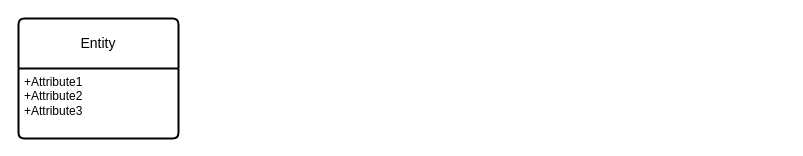
The draw.io diagram Library.drawio in GeorginaFox/at1, before the edit. Source tidied: cells renumbered, new cells numbered last; positions are measured from the earlier drawing's top-left corner, leaving out a move shared by most shapes. Both pictures are drawn from the tidied source at 100%, with x=0, y=0 at pixel (18, 18).
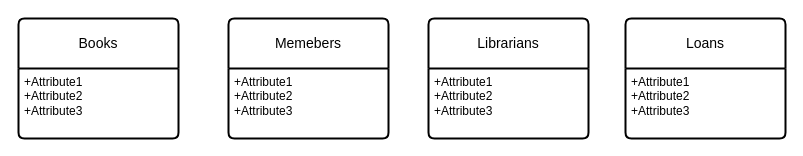
The same diagram, later.

Change to the diagram source:
```diff
@@
 <mxGraphModel>
   <root>
     <mxCell id="0" />
     <mxCell id="1" parent="0" />
-    <mxCell id="2" value="Entity" style="swimlane;horizontal=1;startSize=50;rounded=1;fontSize=14;fontStyle=0;strokeWidth=2;shadow=0;dashed=0;align=center;arcSize=4;whiteSpace=wrap;html=1;" parent="1" vertex="1">
+    <mxCell id="2" value="Books" style="swimlane;horizontal=1;startSize=50;rounded=1;fontSize=14;fontStyle=0;strokeWidth=2;shadow=0;dashed=0;align=center;arcSize=4;whiteSpace=wrap;html=1;" parent="1" vertex="1">
       <mxGeometry width="160" height="120" as="geometry" />
     </mxCell>
     <mxCell id="3" value="+Attribute1&#10;+Attribute2&#10;+Attribute3" style="align=left;strokeColor=none;fillColor=none;spacingLeft=4;fontSize=12;verticalAlign=top;html=1;" parent="2" vertex="1">
       <mxGeometry y="50" width="160" height="70" as="geometry" />
     </mxCell>
+    <mxCell id="4" value="Loans" style="swimlane;horizontal=1;startSize=50;rounded=1;fontSize=14;fontStyle=0;strokeWidth=2;shadow=0;dashed=0;align=center;arcSize=4;whiteSpace=wrap;html=1;" parent="1" vertex="1">
+      <mxGeometry x="607" width="160" height="120" as="geometry" />
+    </mxCell>
+    <mxCell id="5" value="+Attribute1&#10;+Attribute2&#10;+Attribute3" style="align=left;strokeColor=none;fillColor=none;spacingLeft=4;fontSize=12;verticalAlign=top;html=1;" parent="4" vertex="1">
+      <mxGeometry y="50" width="160" height="70" as="geometry" />
+    </mxCell>
+    <mxCell id="6" value="Librarians" style="swimlane;horizontal=1;startSize=50;rounded=1;fontSize=14;fontStyle=0;strokeWidth=2;shadow=0;dashed=0;align=center;arcSize=4;whiteSpace=wrap;html=1;" parent="1" vertex="1">
+      <mxGeometry x="410" width="160" height="120" as="geometry" />
+    </mxCell>
+    <mxCell id="7" value="+Attribute1&#10;+Attribute2&#10;+Attribute3" style="align=left;strokeColor=none;fillColor=none;spacingLeft=4;fontSize=12;verticalAlign=top;html=1;" parent="6" vertex="1">
+      <mxGeometry y="50" width="160" height="70" as="geometry" />
+    </mxCell>
+    <mxCell id="8" value="Memebers" style="swimlane;horizontal=1;startSize=50;rounded=1;fontSize=14;fontStyle=0;strokeWidth=2;shadow=0;dashed=0;align=center;arcSize=4;whiteSpace=wrap;html=1;" parent="1" vertex="1">
+      <mxGeometry x="210" width="160" height="120" as="geometry" />
+    </mxCell>
+    <mxCell id="9" value="+Attribute1&#10;+Attribute2&#10;+Attribute3" style="align=left;strokeColor=none;fillColor=none;spacingLeft=4;fontSize=12;verticalAlign=top;html=1;" parent="8" vertex="1">
+      <mxGeometry y="50" width="160" height="70" as="geometry" />
+    </mxCell>
   </root>
 </mxGraphModel>
```
